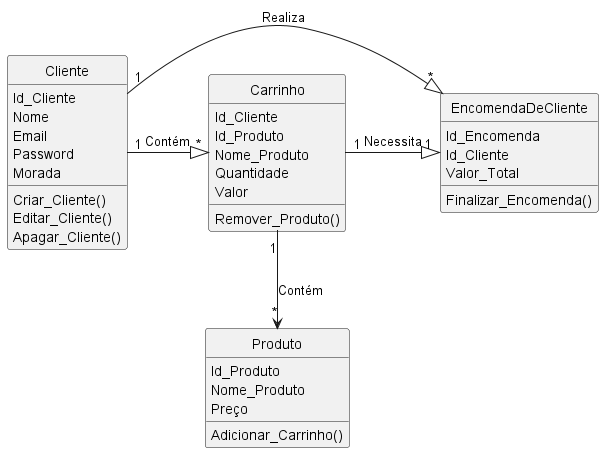
This is Modelo de Dominio/modelo_dominio.png from Fernandowgp/fsoft2024_1DC_3, a PlantUML export, as it was before one commit. The source it was exported from:
```plantuml
@startuml
hide circles

class Cliente{
Id_Cliente
Nome
Email
Password
Morada

Criar_Cliente()
Editar_Cliente()
Apagar_Cliente()
}
class Carrinho{
Id_Cliente
Id_Produto
Nome_Produto
Quantidade
Valor

Remover_Produto()
}
class EncomendaDeCliente{
Id_Encomenda
Id_Cliente
Valor_Total

Finalizar_Encomenda()
}
class Produto{
Id_Produto
Nome_Produto
Preço

Adicionar_Carrinho()
}


Cliente "1"-|> "*"Carrinho : Contém
Cliente "1"-|> "*" EncomendaDeCliente : Realiza
Carrinho "1"-|> "1" EncomendaDeCliente : Necessita
Carrinho "1"--> "*" Produto : Contém
@enduml
```
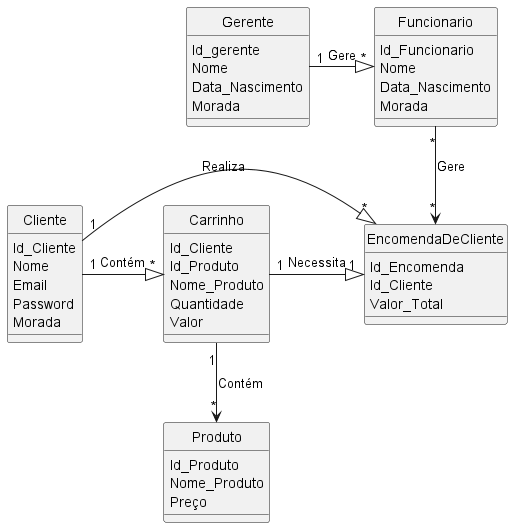
Above is the later version.

Commit message:
Modelo Dominio

What changed in the source:
```diff
@@ -8,9 +8,6 @@
 Password
 Morada
 
-Criar_Cliente()
-Editar_Cliente()
-Apagar_Cliente()
 }
 class Carrinho{
 Id_Cliente
@@ -19,24 +16,37 @@
 Quantidade
 Valor
 
-Remover_Produto()
 }
 class EncomendaDeCliente{
 Id_Encomenda
 Id_Cliente
 Valor_Total
 
-Finalizar_Encomenda()
 }
 class Produto{
 Id_Produto
 Nome_Produto
 Preço
 
-Adicionar_Carrinho()
+}
+class Funcionario{
+
+Id_Funcionario
+Nome
+Data_Nascimento
+Morada
 }
 
+class Gerente{
 
+Id_gerente
+Nome
+Data_Nascimento
+Morada
+
+}
+Gerente "1" -|> "*" Funcionario : Gere
+Funcionario "*" --> "*" EncomendaDeCliente : Gere
 Cliente "1"-|> "*"Carrinho : Contém
 Cliente "1"-|> "*" EncomendaDeCliente : Realiza
 Carrinho "1"-|> "1" EncomendaDeCliente : Necessita
```
